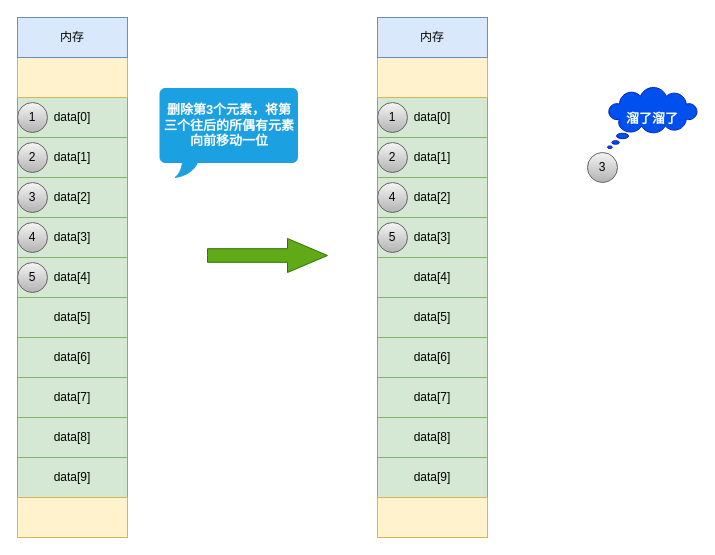
This is seq delete Diagram.drawio from yangwenlong935/drawio, a draw.io file, before an edit. Source tidied: cells renumbered, new cells numbered last; positions are measured from the earlier drawing's top-left corner, leaving out a move shared by most shapes. Both pictures are drawn from the tidied source at 100%, with x=0, y=0 at pixel (17, 17).
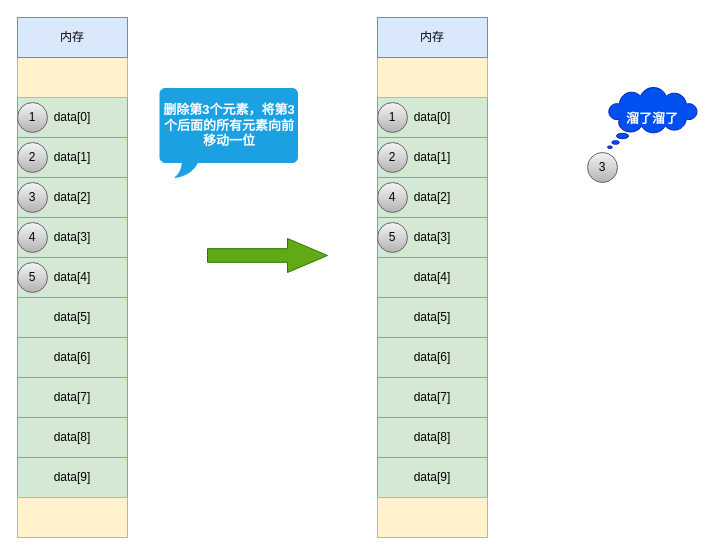
Above is the later version.

Diff of the diagram source:
```diff
@@
-    <mxCell id="20" value="&lt;span&gt;&lt;font style=&quot;font-size: 13px&quot; color=&quot;#ffffff&quot;&gt;&lt;b&gt;删除第3个元素，将第三个往后的所偶有元素向前移动一位&lt;/b&gt;&lt;/font&gt;&lt;/span&gt;" style="whiteSpace=wrap;html=1;shape=mxgraph.basic.roundRectCallout;dx=30;dy=15;size=5;boundedLbl=1;fillColor=#1ba1e2;fontColor=#ffffff;strokeColor=#1BA1E2;" parent="1" vertex="1">
+    <mxCell id="20" value="&lt;span&gt;&lt;font style=&quot;font-size: 13px&quot; color=&quot;#ffffff&quot;&gt;&lt;b&gt;删除第3个元素，将第3个后面的所有元素向前移动一位&lt;/b&gt;&lt;/font&gt;&lt;/span&gt;" style="whiteSpace=wrap;html=1;shape=mxgraph.basic.roundRectCallout;dx=30;dy=15;size=5;boundedLbl=1;fillColor=#1ba1e2;fontColor=#ffffff;strokeColor=#1BA1E2;" parent="1" vertex="1">
       <mxGeometry x="142.5" y="71" width="137.5" height="89" as="geometry" />
     </mxCell>
```
